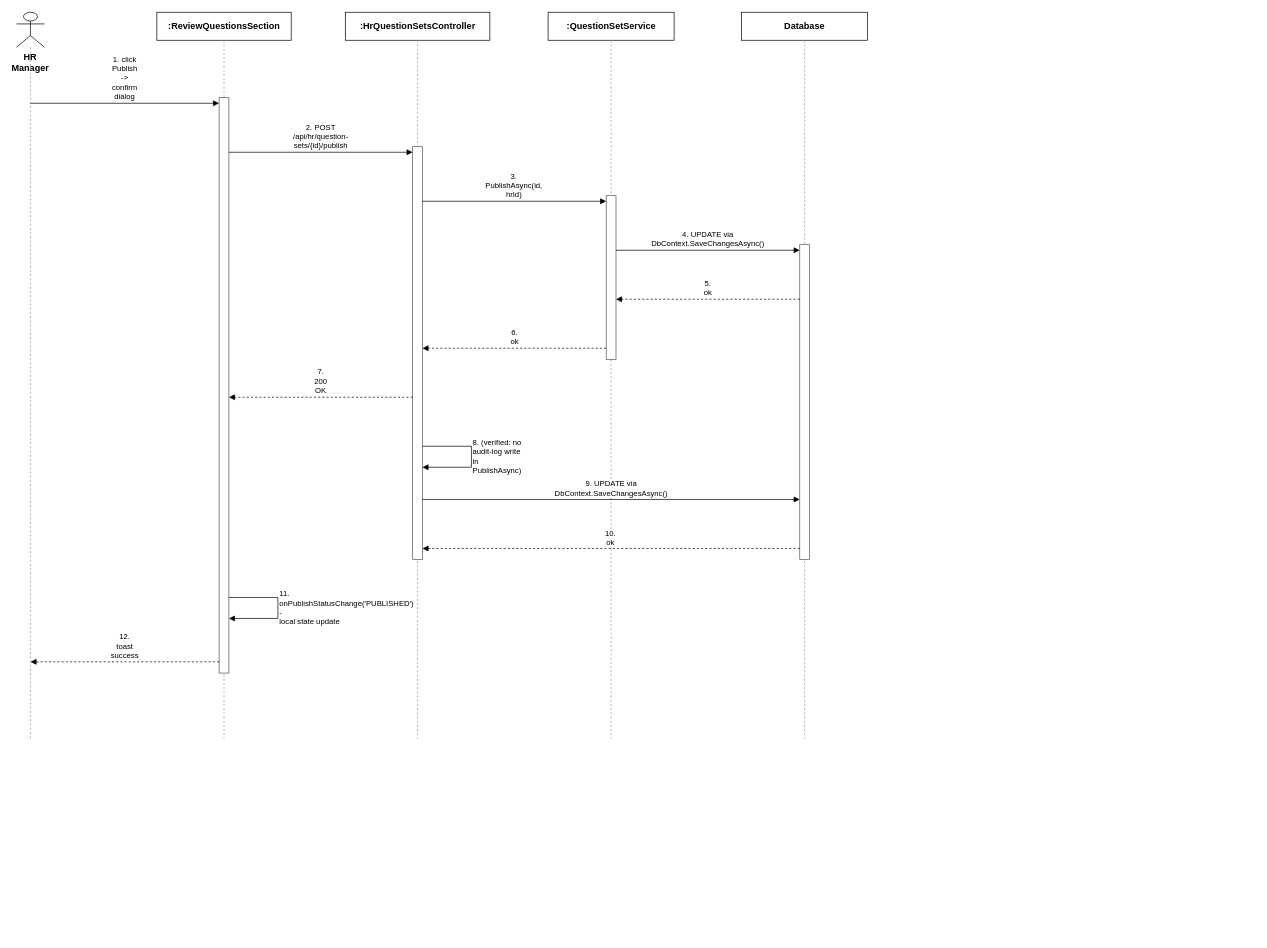
Above: docs/qa/Khoa_SequenceDiagram/Report4_SequenceDiagram_HRManager_AuditLogging.drawio in tulklk/AI_Interview_Question_Generation_RAG_LLM_FE (draw.io), before the change. Source tidied: cells renumbered, new cells numbered last; positions are measured from the earlier drawing's top-left corner, leaving out a move shared by most shapes. Both pictures are drawn from the tidied source at 70%, with x=0, y=0 at pixel (16, 12).
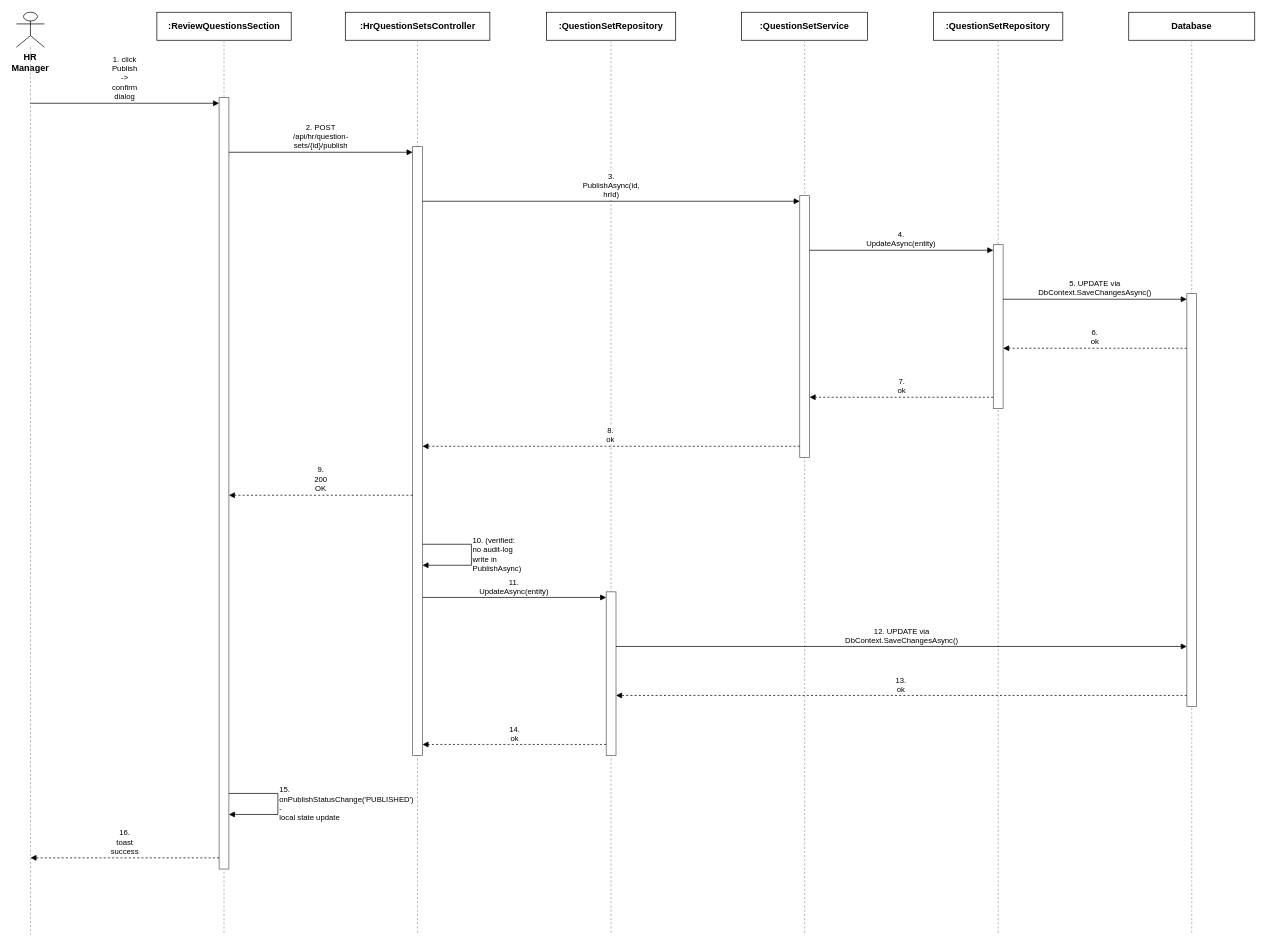
After the change.

Change to the diagram source:
```diff
@@
     <mxCell id="3" style="endArrow=none;dashed=1;html=1;strokeColor=#999999;" parent="1" edge="1">
       <mxGeometry relative="1" as="geometry">
         <mxPoint x="20" y="50" as="sourcePoint" />
-        <mxPoint x="20" y="1038" as="targetPoint" />
+        <mxPoint x="20" y="1318" as="targetPoint" />
       </mxGeometry>
     </mxCell>
@@
     <mxCell id="5" style="endArrow=none;dashed=1;html=1;strokeColor=#999999;" parent="1" edge="1">
       <mxGeometry relative="1" as="geometry">
         <mxPoint x="296.5" y="40" as="sourcePoint" />
-        <mxPoint x="296.5" y="1038" as="targetPoint" />
+        <mxPoint x="296.5" y="1318" as="targetPoint" />
       </mxGeometry>
     </mxCell>
@@
     <mxCell id="7" style="endArrow=none;dashed=1;html=1;strokeColor=#999999;" parent="1" edge="1">
       <mxGeometry relative="1" as="geometry">
         <mxPoint x="573" y="40" as="sourcePoint" />
-        <mxPoint x="573" y="1038" as="targetPoint" />
+        <mxPoint x="573" y="1318" as="targetPoint" />
       </mxGeometry>
     </mxCell>
-    <mxCell id="8" value=":QuestionSetService" style="rounded=0;whiteSpace=wrap;html=1;fontSize=13;fillColor=#ffffff;strokeColor=#000000;fontStyle=1;" parent="1" vertex="1">
-      <mxGeometry x="759.5" width="180" height="40" as="geometry" />
+    <mxCell id="8" value=":QuestionSetRepository" style="rounded=0;whiteSpace=wrap;html=1;fontSize=13;fillColor=#ffffff;strokeColor=#000000;fontStyle=1;" parent="1" vertex="1">
+      <mxGeometry x="757.2" width="184.6" height="40" as="geometry" />
     </mxCell>
     <mxCell id="9" style="endArrow=none;dashed=1;html=1;strokeColor=#999999;" parent="1" edge="1">
       <mxGeometry relative="1" as="geometry">
         <mxPoint x="849.5" y="40" as="sourcePoint" />
-        <mxPoint x="849.5" y="1038" as="targetPoint" />
+        <mxPoint x="849.5" y="1318" as="targetPoint" />
       </mxGeometry>
     </mxCell>
-    <mxCell id="10" value="Database" style="rounded=0;whiteSpace=wrap;html=1;fontSize=13;fillColor=#ffffff;strokeColor=#000000;fontStyle=1;" parent="1" vertex="1">
+    <mxCell id="10" value=":QuestionSetService" style="rounded=0;whiteSpace=wrap;html=1;fontSize=13;fillColor=#ffffff;strokeColor=#000000;fontStyle=1;" parent="1" vertex="1">
       <mxGeometry x="1036" width="180" height="40" as="geometry" />
     </mxCell>
     <mxCell id="11" style="endArrow=none;dashed=1;html=1;strokeColor=#999999;" parent="1" edge="1">
       <mxGeometry relative="1" as="geometry">
         <mxPoint x="1126" y="40" as="sourcePoint" />
-        <mxPoint x="1126" y="1038" as="targetPoint" />
+        <mxPoint x="1126" y="1318" as="targetPoint" />
       </mxGeometry>
     </mxCell>
-    <mxCell id="12" style="rounded=0;whiteSpace=wrap;html=1;fillColor=#ffffff;strokeColor=#555555;" parent="1" vertex="1">
-      <mxGeometry x="289.5" y="122" width="14" height="822" as="geometry" />
+    <mxCell id="12" value=":QuestionSetRepository" style="rounded=0;whiteSpace=wrap;html=1;fontSize=13;fillColor=#ffffff;strokeColor=#000000;fontStyle=1;" parent="1" vertex="1">
+      <mxGeometry x="1310.2" width="184.6" height="40" as="geometry" />
     </mxCell>
-    <mxCell id="13" style="rounded=0;whiteSpace=wrap;html=1;fillColor=#ffffff;strokeColor=#555555;" parent="1" vertex="1">
-      <mxGeometry x="566" y="192" width="14" height="590" as="geometry" />
+    <mxCell id="13" style="endArrow=none;dashed=1;html=1;strokeColor=#999999;" parent="1" edge="1">
+      <mxGeometry relative="1" as="geometry">
+        <mxPoint x="1402.5" y="40" as="sourcePoint" />
+        <mxPoint x="1402.5" y="1318" as="targetPoint" />
+      </mxGeometry>
     </mxCell>
-    <mxCell id="14" style="rounded=0;whiteSpace=wrap;html=1;fillColor=#ffffff;strokeColor=#555555;" parent="1" vertex="1">
-      <mxGeometry x="842.5" y="262" width="14" height="234" as="geometry" />
+    <mxCell id="14" value="Database" style="rounded=0;whiteSpace=wrap;html=1;fontSize=13;fillColor=#ffffff;strokeColor=#000000;fontStyle=1;" parent="1" vertex="1">
+      <mxGeometry x="1589" width="180" height="40" as="geometry" />
     </mxCell>
-    <mxCell id="15" style="rounded=0;whiteSpace=wrap;html=1;fillColor=#ffffff;strokeColor=#555555;" parent="1" vertex="1">
-      <mxGeometry x="1119" y="332" width="14" height="450" as="geometry" />
+    <mxCell id="15" style="endArrow=none;dashed=1;html=1;strokeColor=#999999;" parent="1" edge="1">
+      <mxGeometry relative="1" as="geometry">
+        <mxPoint x="1679" y="40" as="sourcePoint" />
+        <mxPoint x="1679" y="1318" as="targetPoint" />
+      </mxGeometry>
     </mxCell>
-    <mxCell id="16" value="1. click Publish -&gt; confirm dialog" style="endArrow=block;endFill=1;html=1;whiteSpace=wrap;fontSize=11;align=center;verticalAlign=bottom;labelBackgroundColor=#ffffff;strokeColor=#000000;" parent="1" edge="1">
-      <mxGeometry relative="1" as="geometry">
-        <mxPoint x="20" y="130" as="sourcePoint" />
-        <mxPoint x="289.5" y="130" as="targetPoint" />
-      </mxGeometry>
+    <mxCell id="16" style="rounded=0;whiteSpace=wrap;html=1;fillColor=#ffffff;strokeColor=#555555;" parent="1" vertex="1">
+      <mxGeometry x="289.5" y="122" width="14" height="1102" as="geometry" />
     </mxCell>
-    <mxCell id="17" value="2. POST /api/hr/question-sets/{id}/publish" style="endArrow=block;endFill=1;html=1;whiteSpace=wrap;fontSize=11;align=center;verticalAlign=bottom;labelBackgroundColor=#ffffff;strokeColor=#000000;" parent="1" edge="1">
-      <mxGeometry relative="1" as="geometry">
-        <mxPoint x="303.5" y="200" as="sourcePoint" />
-        <mxPoint x="566" y="200" as="targetPoint" />
-      </mxGeometry>
+    <mxCell id="17" style="rounded=0;whiteSpace=wrap;html=1;fillColor=#ffffff;strokeColor=#555555;" parent="1" vertex="1">
+      <mxGeometry x="566" y="192" width="14" height="870" as="geometry" />
     </mxCell>
-    <mxCell id="18" value="3. PublishAsync(id, hrId)" style="endArrow=block;endFill=1;html=1;whiteSpace=wrap;fontSize=11;align=center;verticalAlign=bottom;labelBackgroundColor=#ffffff;strokeColor=#000000;" parent="1" edge="1">
-      <mxGeometry relative="1" as="geometry">
-        <mxPoint x="580" y="270" as="sourcePoint" />
-        <mxPoint x="842.5" y="270" as="targetPoint" />
-      </mxGeometry>
+    <mxCell id="18" style="rounded=0;whiteSpace=wrap;html=1;fillColor=#ffffff;strokeColor=#555555;" parent="1" vertex="1">
+      <mxGeometry x="842.5" y="828" width="14" height="234" as="geometry" />
     </mxCell>
-    <mxCell id="19" value="4. UPDATE via DbContext.SaveChangesAsync()" style="endArrow=block;endFill=1;html=1;whiteSpace=wrap;fontSize=11;align=center;verticalAlign=bottom;labelBackgroundColor=#ffffff;strokeColor=#000000;" parent="1" edge="1">
-      <mxGeometry relative="1" as="geometry">
-        <mxPoint x="856.5" y="340" as="sourcePoint" />
-        <mxPoint x="1119" y="340" as="targetPoint" />
-      </mxGeometry>
+    <mxCell id="19" style="rounded=0;whiteSpace=wrap;html=1;fillColor=#ffffff;strokeColor=#555555;" parent="1" vertex="1">
+      <mxGeometry x="1119" y="262" width="14" height="374" as="geometry" />
     </mxCell>
-    <mxCell id="20" value="5. ok" style="endArrow=block;endFill=1;html=1;whiteSpace=wrap;dashed=1;fontSize=11;align=center;verticalAlign=bottom;labelBackgroundColor=#ffffff;strokeColor=#000000;" parent="1" edge="1">
-      <mxGeometry relative="1" as="geometry">
-        <mxPoint x="1119" y="410" as="sourcePoint" />
-        <mxPoint x="856.5" y="410" as="targetPoint" />
-      </mxGeometry>
+    <mxCell id="20" style="rounded=0;whiteSpace=wrap;html=1;fillColor=#ffffff;strokeColor=#555555;" parent="1" vertex="1">
+      <mxGeometry x="1395.5" y="332" width="14" height="234" as="geometry" />
     </mxCell>
-    <mxCell id="21" value="6. ok" style="endArrow=block;endFill=1;html=1;whiteSpace=wrap;dashed=1;fontSize=11;align=center;verticalAlign=bottom;labelBackgroundColor=#ffffff;strokeColor=#000000;" parent="1" edge="1">
-      <mxGeometry relative="1" as="geometry">
-        <mxPoint x="842.5" y="480" as="sourcePoint" />
-        <mxPoint x="580" y="480" as="targetPoint" />
-      </mxGeometry>
+    <mxCell id="21" style="rounded=0;whiteSpace=wrap;html=1;fillColor=#ffffff;strokeColor=#555555;" parent="1" vertex="1">
+      <mxGeometry x="1672" y="402" width="14" height="590" as="geometry" />
     </mxCell>
-    <mxCell id="22" value="7. 200 OK" style="endArrow=block;endFill=1;html=1;whiteSpace=wrap;dashed=1;fontSize=11;align=center;verticalAlign=bottom;labelBackgroundColor=#ffffff;strokeColor=#000000;" parent="1" edge="1">
+    <mxCell id="22" value="1. click Publish -&gt; confirm dialog" style="endArrow=block;endFill=1;html=1;whiteSpace=wrap;fontSize=11;align=center;verticalAlign=bottom;labelBackgroundColor=#ffffff;strokeColor=#000000;" parent="1" edge="1">
       <mxGeometry relative="1" as="geometry">
-        <mxPoint x="566" y="550" as="sourcePoint" />
-        <mxPoint x="303.5" y="550" as="targetPoint" />
+        <mxPoint x="20" y="130" as="sourcePoint" />
+        <mxPoint x="289.5" y="130" as="targetPoint" />
       </mxGeometry>
     </mxCell>
-    <mxCell id="23" value="8. (verified: no audit-log write in PublishAsync)" style="endArrow=block;endFill=1;html=1;whiteSpace=wrap;fontSize=11;align=left;verticalAlign=middle;labelBackgroundColor=#ffffff;rounded=0;strokeColor=#000000;" parent="1" edge="1">
+    <mxCell id="23" value="2. POST /api/hr/question-sets/{id}/publish" style="endArrow=block;endFill=1;html=1;whiteSpace=wrap;fontSize=11;align=center;verticalAlign=bottom;labelBackgroundColor=#ffffff;strokeColor=#000000;" parent="1" edge="1">
       <mxGeometry relative="1" as="geometry">
-        <mxPoint x="580" y="620" as="sourcePoint" />
-        <mxPoint x="580" y="650" as="targetPoint" />
-        <Array as="points">
-          <mxPoint x="650" y="620" />
-          <mxPoint x="650" y="650" />
-        </Array>
+        <mxPoint x="303.5" y="200" as="sourcePoint" />
+        <mxPoint x="566" y="200" as="targetPoint" />
       </mxGeometry>
     </mxCell>
-    <mxCell id="24" value="9. UPDATE via DbContext.SaveChangesAsync()" style="endArrow=block;endFill=1;html=1;whiteSpace=wrap;fontSize=11;align=center;verticalAlign=bottom;labelBackgroundColor=#ffffff;strokeColor=#000000;" parent="1" edge="1">
+    <mxCell id="24" value="3. PublishAsync(id, hrId)" style="endArrow=block;endFill=1;html=1;whiteSpace=wrap;fontSize=11;align=center;verticalAlign=bottom;labelBackgroundColor=#ffffff;strokeColor=#000000;" parent="1" edge="1">
       <mxGeometry relative="1" as="geometry">
-        <mxPoint x="580" y="696" as="sourcePoint" />
-        <mxPoint x="1119" y="696" as="targetPoint" />
+        <mxPoint x="580" y="270" as="sourcePoint" />
+        <mxPoint x="1119" y="270" as="targetPoint" />
       </mxGeometry>
     </mxCell>
-    <mxCell id="25" value="10. ok" style="endArrow=block;endFill=1;html=1;whiteSpace=wrap;dashed=1;fontSize=11;align=center;verticalAlign=bottom;labelBackgroundColor=#ffffff;strokeColor=#000000;" parent="1" edge="1">
+    <mxCell id="25" value="4. UpdateAsync(entity)" style="endArrow=block;endFill=1;html=1;whiteSpace=wrap;fontSize=11;align=center;verticalAlign=bottom;labelBackgroundColor=#ffffff;strokeColor=#000000;" parent="1" edge="1">
       <mxGeometry relative="1" as="geometry">
-        <mxPoint x="1119" y="766" as="sourcePoint" />
-        <mxPoint x="580" y="766" as="targetPoint" />
+        <mxPoint x="1133" y="340" as="sourcePoint" />
+        <mxPoint x="1395.5" y="340" as="targetPoint" />
       </mxGeometry>
     </mxCell>
-    <mxCell id="26" value="11. onPublishStatusChange(&amp;#39;PUBLISHED&amp;#39;) -&lt;br&gt;local state update" style="endArrow=block;endFill=1;html=1;whiteSpace=wrap;fontSize=11;align=left;verticalAlign=middle;labelBackgroundColor=#ffffff;rounded=0;strokeColor=#000000;" parent="1" edge="1">
+    <mxCell id="26" value="5. UPDATE via DbContext.SaveChangesAsync()" style="endArrow=block;endFill=1;html=1;whiteSpace=wrap;fontSize=11;align=center;verticalAlign=bottom;labelBackgroundColor=#ffffff;strokeColor=#000000;" parent="1" edge="1">
       <mxGeometry relative="1" as="geometry">
-        <mxPoint x="303.5" y="836" as="sourcePoint" />
-        <mxPoint x="303.5" y="866" as="targetPoint" />
-        <Array as="points">
-          <mxPoint x="373.5" y="836" />
-          <mxPoint x="373.5" y="866" />
-        </Array>
+        <mxPoint x="1409.5" y="410" as="sourcePoint" />
+        <mxPoint x="1672" y="410" as="targetPoint" />
       </mxGeometry>
     </mxCell>
-    <mxCell id="27" value="12. toast success" style="endArrow=block;endFill=1;html=1;whiteSpace=wrap;dashed=1;fontSize=11;align=center;verticalAlign=bottom;labelBackgroundColor=#ffffff;strokeColor=#000000;" parent="1" edge="1">
+    <mxCell id="27" value="6. ok" style="endArrow=block;endFill=1;html=1;whiteSpace=wrap;dashed=1;fontSize=11;align=center;verticalAlign=bottom;labelBackgroundColor=#ffffff;strokeColor=#000000;" parent="1" edge="1">
       <mxGeometry relative="1" as="geometry">
-        <mxPoint x="289.5" y="928" as="sourcePoint" />
-        <mxPoint x="20" y="928" as="targetPoint" />
+        <mxPoint x="1672" y="480" as="sourcePoint" />
+        <mxPoint x="1409.5" y="480" as="targetPoint" />
       </mxGeometry>
     </mxCell>
+    <mxCell id="28" value="7. ok" style="endArrow=block;endFill=1;html=1;whiteSpace=wrap;dashed=1;fontSize=11;align=center;verticalAlign=bottom;labelBackgroundColor=#ffffff;strokeColor=#000000;" parent="1" edge="1">
+      <mxGeometry relative="1" as="geometry">
+        <mxPoint x="1395.5" y="550" as="sourcePoint" />
+        <mxPoint x="1133" y="550" as="targetPoint" />
+      </mxGeometry>
+    </mxCell>
+    <mxCell id="29" value="8. ok" style="endArrow=block;endFill=1;html=1;whiteSpace=wrap;dashed=1;fontSize=11;align=center;verticalAlign=bottom;labelBackgroundColor=#ffffff;strokeColor=#000000;" parent="1" edge="1">
+      <mxGeometry relative="1" as="geometry">
+        <mxPoint x="1119" y="620" as="sourcePoint" />
+        <mxPoint x="580" y="620" as="targetPoint" />
+      </mxGeometry>
+    </mxCell>
+    <mxCell id="30" value="9. 200 OK" style="endArrow=block;endFill=1;html=1;whiteSpace=wrap;dashed=1;fontSize=11;align=center;verticalAlign=bottom;labelBackgroundColor=#ffffff;strokeColor=#000000;" parent="1" edge="1">
+      <mxGeometry relative="1" as="geometry">
+        <mxPoint x="566" y="690" as="sourcePoint" />
+        <mxPoint x="303.5" y="690" as="targetPoint" />
+      </mxGeometry>
+    </mxCell>
+    <mxCell id="31" value="10. (verified: no audit-log write in PublishAsync)" style="endArrow=block;endFill=1;html=1;whiteSpace=wrap;fontSize=11;align=left;verticalAlign=middle;labelBackgroundColor=#ffffff;rounded=0;strokeColor=#000000;" parent="1" edge="1">
+      <mxGeometry relative="1" as="geometry">
+        <mxPoint x="580" y="760" as="sourcePoint" />
+        <mxPoint x="580" y="790" as="targetPoint" />
+        <Array as="points">
+          <mxPoint x="650" y="760" />
+          <mxPoint x="650" y="790" />
+        </Array>
+      </mxGeometry>
+    </mxCell>
+    <mxCell id="32" value="11. UpdateAsync(entity)" style="endArrow=block;endFill=1;html=1;whiteSpace=wrap;fontSize=11;align=center;verticalAlign=bottom;labelBackgroundColor=#ffffff;strokeColor=#000000;" parent="1" edge="1">
+      <mxGeometry relative="1" as="geometry">
+        <mxPoint x="580" y="836" as="sourcePoint" />
+        <mxPoint x="842.5" y="836" as="targetPoint" />
+      </mxGeometry>
+    </mxCell>
+    <mxCell id="33" value="12. UPDATE via DbContext.SaveChangesAsync()" style="endArrow=block;endFill=1;html=1;whiteSpace=wrap;fontSize=11;align=center;verticalAlign=bottom;labelBackgroundColor=#ffffff;strokeColor=#000000;" parent="1" edge="1">
+      <mxGeometry relative="1" as="geometry">
+        <mxPoint x="856.5" y="906" as="sourcePoint" />
+        <mxPoint x="1672" y="906" as="targetPoint" />
+      </mxGeometry>
+    </mxCell>
+    <mxCell id="34" value="13. ok" style="endArrow=block;endFill=1;html=1;whiteSpace=wrap;dashed=1;fontSize=11;align=center;verticalAlign=bottom;labelBackgroundColor=#ffffff;strokeColor=#000000;" parent="1" edge="1">
+      <mxGeometry relative="1" as="geometry">
+        <mxPoint x="1672" y="976" as="sourcePoint" />
+        <mxPoint x="856.5" y="976" as="targetPoint" />
+      </mxGeometry>
+    </mxCell>
+    <mxCell id="35" value="14. ok" style="endArrow=block;endFill=1;html=1;whiteSpace=wrap;dashed=1;fontSize=11;align=center;verticalAlign=bottom;labelBackgroundColor=#ffffff;strokeColor=#000000;" parent="1" edge="1">
+      <mxGeometry relative="1" as="geometry">
+        <mxPoint x="842.5" y="1046" as="sourcePoint" />
+        <mxPoint x="580" y="1046" as="targetPoint" />
+      </mxGeometry>
+    </mxCell>
+    <mxCell id="36" value="15. onPublishStatusChange(&amp;#39;PUBLISHED&amp;#39;) -&lt;br&gt;local state update" style="endArrow=block;endFill=1;html=1;whiteSpace=wrap;fontSize=11;align=left;verticalAlign=middle;labelBackgroundColor=#ffffff;rounded=0;strokeColor=#000000;" parent="1" edge="1">
+      <mxGeometry relative="1" as="geometry">
+        <mxPoint x="303.5" y="1116" as="sourcePoint" />
+        <mxPoint x="303.5" y="1146" as="targetPoint" />
+        <Array as="points">
+          <mxPoint x="373.5" y="1116" />
+          <mxPoint x="373.5" y="1146" />
+        </Array>
+      </mxGeometry>
+    </mxCell>
+    <mxCell id="37" value="16. toast success" style="endArrow=block;endFill=1;html=1;whiteSpace=wrap;dashed=1;fontSize=11;align=center;verticalAlign=bottom;labelBackgroundColor=#ffffff;strokeColor=#000000;" parent="1" edge="1">
+      <mxGeometry relative="1" as="geometry">
+        <mxPoint x="289.5" y="1208" as="sourcePoint" />
+        <mxPoint x="20" y="1208" as="targetPoint" />
+      </mxGeometry>
+    </mxCell>
```
